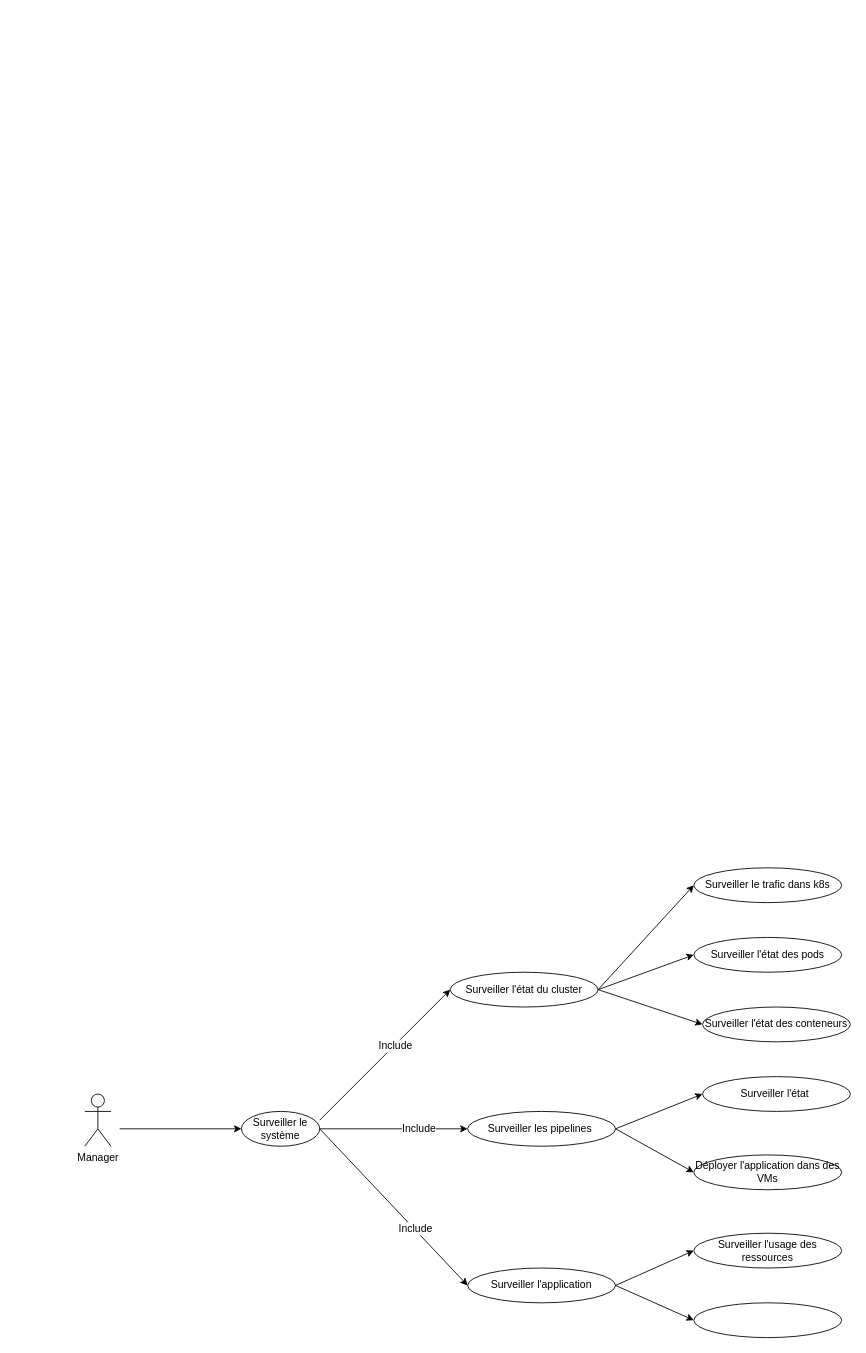
Earlier version of the draw.io diagram page "Page-4" (4 of 6) of Untitled Diagram.drawio (nouha57/AJAX-Movie-Recommendation-System-with-Sentiment-Analysis). Source tidied: cells renumbered, new cells numbered last; positions are measured from the earlier drawing's top-left corner, leaving out a move shared by most shapes. Both pictures are drawn from the tidied source at 87%, with x=0, y=0 at pixel (84, 867).
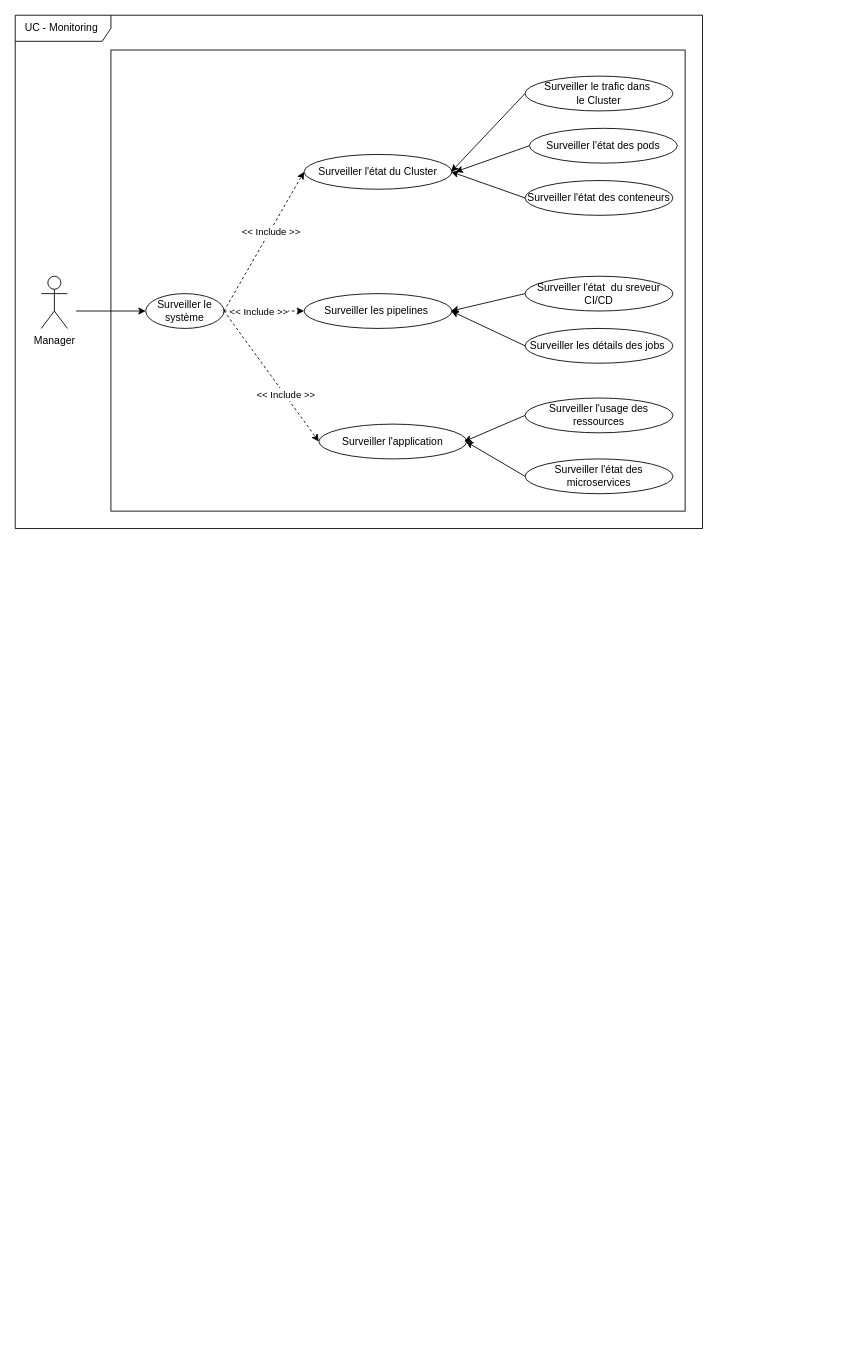
The same diagram, later.

Change to the diagram source:
```diff
@@
+    <mxCell id="28" style="rounded=0;whiteSpace=wrap;html=1;" parent="1" vertex="1">
+      <mxGeometry x="30" y="-940" width="660" height="530" as="geometry" />
+    </mxCell>
     <mxCell id="2" value="Manager" style="shape=umlActor;verticalLabelPosition=bottom;verticalAlign=top;html=1;" parent="1" vertex="1">
-      <mxGeometry y="260" width="30" height="60" as="geometry" />
+      <mxGeometry x="-50" y="-680" width="30" height="60" as="geometry" />
     </mxCell>
     <mxCell id="3" value="Surveiller le système" style="ellipse;whiteSpace=wrap;html=1;" parent="1" vertex="1">
-      <mxGeometry x="180" y="280" width="90" height="40" as="geometry" />
+      <mxGeometry x="70" y="-660" width="90" height="40" as="geometry" />
     </mxCell>
-    <mxCell id="4" style="endArrow=classic;html=1;rounded=0;" parent="1" edge="1" target="3">
-      <mxGeometry relative="1" as="geometry">
-        <mxPoint x="40" y="300" as="sourcePoint" />
-      </mxGeometry>
-    </mxCell>
-    <mxCell id="5" value="Surveiller l'état du cluster" style="ellipse;whiteSpace=wrap;html=1;" parent="1" vertex="1">
-      <mxGeometry x="420" y="120" width="170" height="40" as="geometry" />
-    </mxCell>
+    <mxCell id="29" style="endArrow=classic;html=1;rounded=0;" parent="1" edge="1" target="3">
+      <mxGeometry relative="1" as="geometry">
+        <mxPoint x="-10" y="-640" as="sourcePoint" />
+      </mxGeometry>
+    </mxCell>
+    <mxCell id="30" value="Surveiller l'état du Cluster" style="ellipse;whiteSpace=wrap;html=1;" parent="1" vertex="1">
+      <mxGeometry x="252" y="-820" width="170" height="40" as="geometry" />
+    </mxCell>
     <mxCell id="6" value="Surveiller les pipelines&amp;nbsp;" style="ellipse;whiteSpace=wrap;html=1;" parent="1" vertex="1">
-      <mxGeometry x="440" y="280" width="170" height="40" as="geometry" />
+      <mxGeometry x="252" y="-660" width="170" height="40" as="geometry" />
     </mxCell>
     <mxCell id="7" value="Surveiller l'application" style="ellipse;whiteSpace=wrap;html=1;" parent="1" vertex="1">
-      <mxGeometry x="440" y="460" width="170" height="40" as="geometry" />
+      <mxGeometry x="269" y="-510" width="170" height="40" as="geometry" />
     </mxCell>
-    <mxCell id="8" style="endArrow=classic;html=1;rounded=0;entryX=0;entryY=0.5;entryDx=0;entryDy=0;" parent="1" edge="1" target="5">
-      <mxGeometry relative="1" as="geometry">
-        <mxPoint x="270" y="290" as="sourcePoint" />
-      </mxGeometry>
-    </mxCell>
-    <mxCell id="9" value="Include" style="edgeLabel;html=1;align=center;verticalAlign=middle;fontSize=12;" parent="8" vertex="1">
-      <mxGeometry x="0.15" y="-1" relative="1" as="geometry" />
-    </mxCell>
-    <mxCell id="10" style="endArrow=classic;html=1;rounded=0;entryX=0;entryY=0.5;entryDx=0;entryDy=0;exitX=1;exitY=0.5;exitDx=0;exitDy=0;" parent="1" edge="1" source="3" target="6">
-      <mxGeometry relative="1" as="geometry" />
-    </mxCell>
-    <mxCell id="11" value="Include" style="edgeLabel;html=1;align=center;verticalAlign=middle;fontSize=12;" parent="10" vertex="1">
-      <mxGeometry x="0.33" y="1" relative="1" as="geometry" />
-    </mxCell>
-    <mxCell id="12" style="endArrow=classic;html=1;rounded=0;exitX=1;exitY=0.5;exitDx=0;exitDy=0;entryX=0;entryY=0.5;entryDx=0;entryDy=0;" parent="1" edge="1" source="3" target="7">
-      <mxGeometry relative="1" as="geometry" />
-    </mxCell>
-    <mxCell id="13" value="Include" style="edgeLabel;html=1;align=center;verticalAlign=middle;fontSize=12;" parent="12" vertex="1">
-      <mxGeometry x="0.28" y="1" relative="1" as="geometry" />
-    </mxCell>
-    <mxCell id="14" value="Surveiller le trafic dans k8s" style="ellipse;whiteSpace=wrap;html=1;" parent="1" vertex="1">
-      <mxGeometry x="700" width="170" height="40" as="geometry" />
-    </mxCell>
+    <mxCell id="31" style="endArrow=classic;html=1;rounded=0;entryX=0;entryY=0.5;entryDx=0;entryDy=0;dashed=1;" parent="1" edge="1" target="30">
+      <mxGeometry relative="1" as="geometry">
+        <mxPoint x="160" y="-640" as="sourcePoint" />
+      </mxGeometry>
+    </mxCell>
+    <mxCell id="32" value="&lt;span style=&quot;color: rgb(0, 0, 0); font-family: Helvetica; font-size: 11px; font-style: normal; font-variant-ligatures: normal; font-variant-caps: normal; font-weight: 400; letter-spacing: normal; orphans: 2; text-align: center; text-indent: 0px; text-transform: none; widows: 2; word-spacing: 0px; -webkit-text-stroke-width: 0px; background-color: rgb(255, 255, 255); text-decoration-thickness: initial; text-decoration-style: initial; text-decoration-color: initial; float: none; display: inline !important;&quot;&gt;&amp;lt;&amp;lt; Include &amp;gt;&amp;gt;&lt;/span&gt;" style="edgeLabel;html=1;align=center;verticalAlign=middle;fontSize=12;" parent="31" vertex="1">
+      <mxGeometry x="0.15" y="-1" relative="1" as="geometry" />
+    </mxCell>
+    <mxCell id="33" style="endArrow=classic;html=1;rounded=0;entryX=0;entryY=0.5;entryDx=0;entryDy=0;dashed=1;" parent="1" edge="1" target="6">
+      <mxGeometry relative="1" as="geometry">
+        <mxPoint x="160" y="-640" as="sourcePoint" />
+      </mxGeometry>
+    </mxCell>
+    <mxCell id="34" value="&lt;span style=&quot;color: rgb(0, 0, 0); font-family: Helvetica; font-size: 11px; font-style: normal; font-variant-ligatures: normal; font-variant-caps: normal; font-weight: 400; letter-spacing: normal; orphans: 2; text-align: center; text-indent: 0px; text-transform: none; widows: 2; word-spacing: 0px; -webkit-text-stroke-width: 0px; background-color: rgb(255, 255, 255); text-decoration-thickness: initial; text-decoration-style: initial; text-decoration-color: initial; float: none; display: inline !important;&quot;&gt;&amp;lt;&amp;lt; Include &amp;gt;&amp;gt;&lt;/span&gt;" style="edgeLabel;html=1;align=center;verticalAlign=middle;fontSize=12;" parent="33" vertex="1">
+      <mxGeometry x="0.33" y="1" relative="1" as="geometry">
+        <mxPoint x="-22" y="1" as="offset" />
+      </mxGeometry>
+    </mxCell>
+    <mxCell id="35" style="endArrow=classic;html=1;rounded=0;entryX=0;entryY=0.5;entryDx=0;entryDy=0;dashed=1;" parent="1" edge="1" target="7">
+      <mxGeometry relative="1" as="geometry">
+        <mxPoint x="160" y="-640" as="sourcePoint" />
+      </mxGeometry>
+    </mxCell>
+    <mxCell id="36" value="&lt;span style=&quot;color: rgb(0, 0, 0); font-family: Helvetica; font-size: 11px; font-style: normal; font-variant-ligatures: normal; font-variant-caps: normal; font-weight: 400; letter-spacing: normal; orphans: 2; text-align: center; text-indent: 0px; text-transform: none; widows: 2; word-spacing: 0px; -webkit-text-stroke-width: 0px; background-color: rgb(255, 255, 255); text-decoration-thickness: initial; text-decoration-style: initial; text-decoration-color: initial; float: none; display: inline !important;&quot;&gt;&amp;lt;&amp;lt; Include &amp;gt;&amp;gt;&lt;/span&gt;" style="edgeLabel;html=1;align=center;verticalAlign=middle;fontSize=12;" parent="35" vertex="1">
+      <mxGeometry x="0.28" y="1" relative="1" as="geometry" />
+    </mxCell>
+    <mxCell id="37" style="rounded=0;jettySize=auto;html=1;exitX=0;exitY=0.5;exitDx=0;exitDy=0;endArrow=classic;endFill=1;strokeColor=default;entryX=1;entryY=0.5;entryDx=0;entryDy=0;" parent="1" edge="1" source="38">
+      <mxGeometry relative="1" as="geometry">
+        <mxPoint x="421" y="-800" as="targetPoint" />
+      </mxGeometry>
+    </mxCell>
+    <mxCell id="38" value="Surveiller le trafic dans&amp;nbsp;&lt;br&gt;le Cluster" style="ellipse;whiteSpace=wrap;html=1;" parent="1" vertex="1">
+      <mxGeometry x="506" y="-910" width="170" height="40" as="geometry" />
+    </mxCell>
+    <mxCell id="39" style="edgeStyle=none;rounded=0;jettySize=auto;html=1;exitX=0;exitY=0.5;exitDx=0;exitDy=0;endArrow=classic;endFill=1;strokeColor=default;" parent="1" edge="1" source="15">
+      <mxGeometry relative="1" as="geometry">
+        <mxPoint x="436" y="-490" as="targetPoint" />
+      </mxGeometry>
+    </mxCell>
     <mxCell id="15" value="Surveiller l'usage des ressources" style="ellipse;whiteSpace=wrap;html=1;" parent="1" vertex="1">
-      <mxGeometry x="700" y="420" width="170" height="40" as="geometry" />
+      <mxGeometry x="506" y="-540" width="170" height="40" as="geometry" />
     </mxCell>
+    <mxCell id="40" style="edgeStyle=none;rounded=0;jettySize=auto;html=1;exitX=0;exitY=0.5;exitDx=0;exitDy=0;endArrow=classic;endFill=1;strokeColor=default;" parent="1" edge="1" source="16">
+      <mxGeometry relative="1" as="geometry">
+        <mxPoint x="426" y="-800" as="targetPoint" />
+      </mxGeometry>
+    </mxCell>
     <mxCell id="16" value="Surveiller l'état des pods" style="ellipse;whiteSpace=wrap;html=1;" parent="1" vertex="1">
-      <mxGeometry x="700" y="80" width="170" height="40" as="geometry" />
+      <mxGeometry x="511" y="-850" width="170" height="40" as="geometry" />
     </mxCell>
+    <mxCell id="41" style="edgeStyle=none;rounded=0;jettySize=auto;html=1;exitX=0;exitY=0.5;exitDx=0;exitDy=0;entryX=1;entryY=0.5;entryDx=0;entryDy=0;endArrow=classic;endFill=1;strokeColor=default;" parent="1" edge="1" source="17">
+      <mxGeometry relative="1" as="geometry">
+        <mxPoint x="421" y="-800" as="targetPoint" />
+      </mxGeometry>
+    </mxCell>
     <mxCell id="17" value="Surveiller l'état des conteneurs" style="ellipse;whiteSpace=wrap;html=1;" parent="1" vertex="1">
-      <mxGeometry x="710" y="160" width="170" height="40" as="geometry" />
+      <mxGeometry x="506" y="-790" width="170" height="40" as="geometry" />
     </mxCell>
-    <mxCell id="18" value="Surveiller l'état&amp;nbsp;" style="ellipse;whiteSpace=wrap;html=1;" parent="1" vertex="1">
-      <mxGeometry x="710" y="240" width="170" height="40" as="geometry" />
-    </mxCell>
-    <mxCell id="19" value="Déployer l'application dans des VMs" style="ellipse;whiteSpace=wrap;html=1;" parent="1" vertex="1">
-      <mxGeometry x="700" y="330" width="170" height="40" as="geometry" />
-    </mxCell>
-    <mxCell id="20" style="ellipse;whiteSpace=wrap;html=1;" parent="1" vertex="1">
-      <mxGeometry x="700" y="500" width="170" height="40" as="geometry" />
-    </mxCell>
-    <mxCell id="21" style="endArrow=classic;html=1;rounded=0;entryX=0;entryY=0.5;entryDx=0;entryDy=0;exitX=1;exitY=0.5;exitDx=0;exitDy=0;" parent="1" edge="1" source="5" target="14">
-      <mxGeometry relative="1" as="geometry" />
-    </mxCell>
-    <mxCell id="22" style="endArrow=classic;html=1;rounded=0;entryX=0;entryY=0.5;entryDx=0;entryDy=0;exitX=1;exitY=0.5;exitDx=0;exitDy=0;" parent="1" edge="1" source="5" target="16">
-      <mxGeometry relative="1" as="geometry" />
-    </mxCell>
-    <mxCell id="23" style="endArrow=classic;html=1;rounded=0;entryX=0;entryY=0.5;entryDx=0;entryDy=0;exitX=1;exitY=0.5;exitDx=0;exitDy=0;" parent="1" edge="1" source="5" target="17">
-      <mxGeometry relative="1" as="geometry" />
-    </mxCell>
-    <mxCell id="24" style="endArrow=classic;html=1;rounded=0;entryX=0;entryY=0.5;entryDx=0;entryDy=0;exitX=1;exitY=0.5;exitDx=0;exitDy=0;" parent="1" edge="1" source="6" target="18">
-      <mxGeometry relative="1" as="geometry" />
-    </mxCell>
-    <mxCell id="25" style="endArrow=classic;html=1;rounded=0;entryX=0;entryY=0.5;entryDx=0;entryDy=0;exitX=1;exitY=0.5;exitDx=0;exitDy=0;" parent="1" edge="1" source="6">
-      <mxGeometry relative="1" as="geometry">
-        <mxPoint x="700" y="350" as="targetPoint" />
-      </mxGeometry>
-    </mxCell>
-    <mxCell id="26" style="endArrow=classic;html=1;rounded=0;exitX=1;exitY=0.5;exitDx=0;exitDy=0;entryX=0;entryY=0.5;entryDx=0;entryDy=0;" parent="1" edge="1" target="20">
-      <mxGeometry relative="1" as="geometry">
-        <mxPoint x="610" y="480" as="sourcePoint" />
-      </mxGeometry>
-    </mxCell>
-    <mxCell id="27" style="endArrow=classic;html=1;rounded=0;exitX=1;exitY=0.5;exitDx=0;exitDy=0;entryX=0;entryY=0.5;entryDx=0;entryDy=0;" parent="1" edge="1" target="15">
-      <mxGeometry relative="1" as="geometry">
-        <mxPoint x="610" y="480" as="sourcePoint" />
-      </mxGeometry>
-    </mxCell>
+    <mxCell id="42" style="edgeStyle=none;rounded=0;jettySize=auto;html=1;exitX=0;exitY=0.5;exitDx=0;exitDy=0;entryX=1;entryY=0.5;entryDx=0;entryDy=0;endArrow=classic;endFill=1;strokeColor=default;" parent="1" edge="1" source="43">
+      <mxGeometry relative="1" as="geometry">
+        <mxPoint x="421" y="-640" as="targetPoint" />
+      </mxGeometry>
+    </mxCell>
+    <mxCell id="43" value="Surveiller l'état&amp;nbsp; du sreveur CI/CD" style="ellipse;whiteSpace=wrap;html=1;" parent="1" vertex="1">
+      <mxGeometry x="506" y="-680" width="170" height="40" as="geometry" />
+    </mxCell>
+    <mxCell id="44" style="edgeStyle=none;rounded=0;jettySize=auto;html=1;exitX=0;exitY=0.5;exitDx=0;exitDy=0;entryX=1;entryY=0.5;entryDx=0;entryDy=0;endArrow=classic;endFill=1;strokeColor=default;" parent="1" edge="1" source="45">
+      <mxGeometry relative="1" as="geometry">
+        <mxPoint x="421" y="-640" as="targetPoint" />
+      </mxGeometry>
+    </mxCell>
+    <mxCell id="45" value="Surveiller les détails des jobs&amp;nbsp;" style="ellipse;whiteSpace=wrap;html=1;" parent="1" vertex="1">
+      <mxGeometry x="506" y="-620" width="170" height="40" as="geometry" />
+    </mxCell>
+    <mxCell id="46" style="edgeStyle=none;rounded=0;jettySize=auto;html=1;exitX=0;exitY=0.5;exitDx=0;exitDy=0;entryX=1;entryY=0.5;entryDx=0;entryDy=0;endArrow=classic;endFill=1;strokeColor=default;" parent="1" edge="1" source="47">
+      <mxGeometry relative="1" as="geometry">
+        <mxPoint x="438" y="-490" as="targetPoint" />
+      </mxGeometry>
+    </mxCell>
+    <mxCell id="47" value="Surveiller l'état des microservices" style="ellipse;whiteSpace=wrap;html=1;" parent="1" vertex="1">
+      <mxGeometry x="506" y="-470" width="170" height="40" as="geometry" />
+    </mxCell>
+    <mxCell id="48" value="UC - Monitoring&amp;nbsp;" style="shape=umlFrame;whiteSpace=wrap;html=1;width=110;height=30;" parent="1" vertex="1">
+      <mxGeometry x="-80" y="-980" width="790" height="590" as="geometry" />
+    </mxCell>
```
